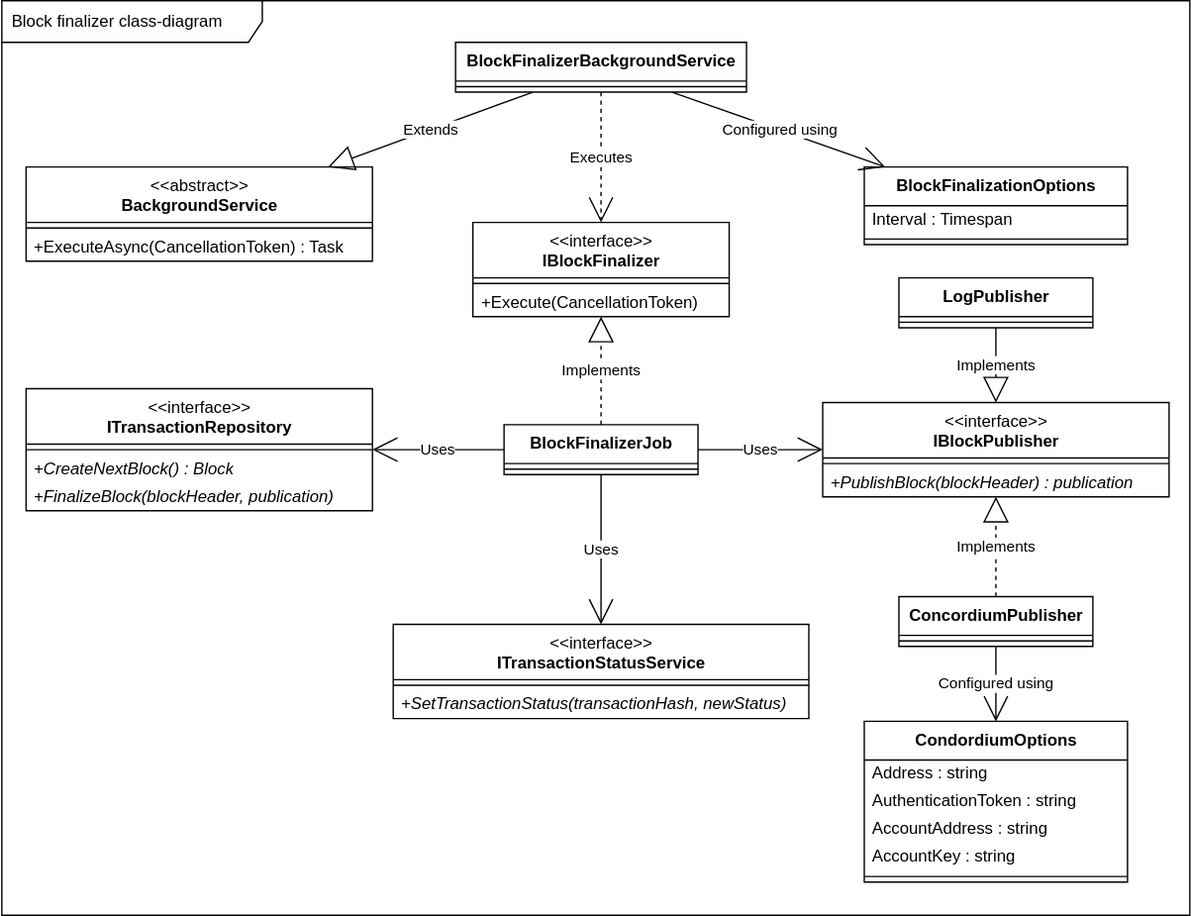
Earlier version of the draw.io export doc/class-diagrams/block_finalizer.drawio.svg (project-origin/registry). Source tidied: cells renumbered, new cells last; positions are measured from the earlier drawing's top-left corner, leaving out a move shared by most shapes. The source it was exported from:
```xml
<mxGraphModel>
  <root>
    <mxCell id="0" />
    <mxCell id="1" parent="0" />
    <mxCell id="2" value="Block finalizer class-diagram" style="shape=umlFrame;whiteSpace=wrap;html=1;width=188;height=30;boundedLbl=1;verticalAlign=middle;align=left;spacingLeft=5;labelBackgroundColor=none;fillColor=#FFFFFF;fillStyle=auto;" parent="1" vertex="1">
      <mxGeometry x="0.5" width="857.5" height="660" as="geometry" />
    </mxCell>
    <mxCell id="3" value="&amp;lt;&amp;lt;abstract&amp;gt;&amp;gt;&lt;br&gt;&lt;b&gt;BackgroundService&lt;/b&gt;" style="swimlane;fontStyle=0;align=center;verticalAlign=top;horizontal=1;startSize=40;html=1;" parent="1" vertex="1">
      <mxGeometry x="18" y="120" width="250" height="68" as="geometry" />
    </mxCell>
    <mxCell id="4" style="line;strokeWidth=1;fillColor=none;align=left;verticalAlign=middle;spacingTop=-1;spacingLeft=3;spacingRight=3;labelPosition=right;" parent="3" vertex="1">
      <mxGeometry y="40" width="250" height="8" as="geometry" />
    </mxCell>
    <mxCell id="5" value="+ExecuteAsync(CancellationToken) : Task" style="text;html=1;strokeColor=none;fillColor=none;align=left;verticalAlign=middle;spacingLeft=4;spacingRight=4;overflow=hidden;" parent="3" vertex="1">
      <mxGeometry y="48" width="250" height="20" as="geometry" />
    </mxCell>
    <mxCell id="6" value="Extends" style="edgeStyle=none;html=1;endArrow=block;endFill=0;strokeWidth=1;endSize=16;sourcePerimeterSpacing=0;startSize=16;" parent="1" edge="1" source="7" target="3">
      <mxGeometry relative="1" as="geometry" />
    </mxCell>
    <mxCell id="7" value="&lt;b&gt;BlockFinalizerBackgroundService&lt;/b&gt;&lt;br&gt;" style="swimlane;fontStyle=0;align=center;verticalAlign=top;horizontal=1;startSize=28;html=1;" parent="1" vertex="1">
      <mxGeometry x="328" y="30" width="210" height="36" as="geometry" />
    </mxCell>
    <mxCell id="8" style="line;strokeWidth=1;fillColor=none;align=left;verticalAlign=middle;spacingTop=-1;spacingLeft=3;spacingRight=3;labelPosition=right;" parent="7" vertex="1">
      <mxGeometry y="28" width="210" height="8" as="geometry" />
    </mxCell>
    <mxCell id="9" value="&lt;b&gt;BlockFinalizerJob&lt;/b&gt;" style="swimlane;fontStyle=0;align=center;verticalAlign=top;horizontal=1;startSize=28;html=1;" parent="1" vertex="1">
      <mxGeometry x="363" y="306" width="140" height="36" as="geometry" />
    </mxCell>
    <mxCell id="10" style="line;strokeWidth=1;fillColor=none;align=left;verticalAlign=middle;spacingTop=-1;spacingLeft=3;spacingRight=3;labelPosition=right;" parent="9" vertex="1">
      <mxGeometry y="28" width="140" height="8" as="geometry" />
    </mxCell>
    <mxCell id="11" value="Executes" style="edgeStyle=none;html=1;endArrow=open;endFill=0;strokeWidth=1;endSize=16;sourcePerimeterSpacing=0;startSize=16;dashed=1;" parent="1" edge="1" source="7" target="12">
      <mxGeometry relative="1" as="geometry" />
    </mxCell>
    <mxCell id="12" value="&amp;lt;&amp;lt;interface&amp;gt;&amp;gt;&lt;br&gt;&lt;b&gt;IBlockFinalizer&lt;/b&gt;" style="swimlane;fontStyle=0;align=center;verticalAlign=top;horizontal=1;startSize=40;html=1;" parent="1" vertex="1">
      <mxGeometry x="340.5" y="160" width="185" height="68" as="geometry" />
    </mxCell>
    <mxCell id="13" style="line;strokeWidth=1;fillColor=none;align=left;verticalAlign=middle;spacingTop=-1;spacingLeft=3;spacingRight=3;labelPosition=right;" parent="12" vertex="1">
      <mxGeometry y="40" width="185" height="8" as="geometry" />
    </mxCell>
    <mxCell id="14" value="+Execute(CancellationToken)" style="text;html=1;strokeColor=none;fillColor=none;align=left;verticalAlign=middle;spacingLeft=4;spacingRight=4;overflow=hidden;" parent="12" vertex="1">
      <mxGeometry y="48" width="185" height="20" as="geometry" />
    </mxCell>
    <mxCell id="15" value="Implements" style="edgeStyle=none;html=1;endArrow=block;endFill=0;strokeWidth=1;endSize=16;sourcePerimeterSpacing=0;startSize=16;dashed=1;" parent="1" edge="1" source="9" target="12">
      <mxGeometry relative="1" as="geometry" />
    </mxCell>
    <mxCell id="16" value="&amp;lt;&amp;lt;interface&amp;gt;&amp;gt;&lt;br&gt;&lt;b&gt;IBlockPublisher&lt;/b&gt;" style="swimlane;fontStyle=0;align=center;verticalAlign=top;horizontal=1;startSize=40;html=1;" parent="1" vertex="1">
      <mxGeometry x="593" y="290" width="250" height="68" as="geometry" />
    </mxCell>
    <mxCell id="17" style="line;strokeWidth=1;fillColor=none;align=left;verticalAlign=middle;spacingTop=-1;spacingLeft=3;spacingRight=3;labelPosition=right;" parent="16" vertex="1">
      <mxGeometry y="40" width="250" height="8" as="geometry" />
    </mxCell>
    <mxCell id="18" value="&lt;i&gt;+PublishBlock(blockHeader) : publication&lt;/i&gt;" style="text;html=1;strokeColor=none;fillColor=none;align=left;verticalAlign=middle;spacingLeft=4;spacingRight=4;overflow=hidden;" parent="16" vertex="1">
      <mxGeometry y="48" width="250" height="20" as="geometry" />
    </mxCell>
    <mxCell id="19" value="&amp;lt;&amp;lt;interface&amp;gt;&amp;gt;&lt;br&gt;&lt;b&gt;ITransactionStatusService&lt;/b&gt;" style="swimlane;fontStyle=0;align=center;verticalAlign=top;horizontal=1;startSize=40;html=1;" parent="1" vertex="1">
      <mxGeometry x="283" y="450" width="300" height="68" as="geometry" />
    </mxCell>
    <mxCell id="20" style="line;strokeWidth=1;fillColor=none;align=left;verticalAlign=middle;spacingTop=-1;spacingLeft=3;spacingRight=3;labelPosition=right;" parent="19" vertex="1">
      <mxGeometry y="40" width="300" height="8" as="geometry" />
    </mxCell>
    <mxCell id="21" value="+SetTransactionStatus(transactionHash, newStatus)" style="text;html=1;strokeColor=none;fillColor=none;align=left;verticalAlign=middle;spacingLeft=4;spacingRight=4;overflow=hidden;fontStyle=2;" parent="19" vertex="1">
      <mxGeometry y="48" width="300" height="20" as="geometry" />
    </mxCell>
    <mxCell id="22" value="&amp;lt;&amp;lt;interface&amp;gt;&amp;gt;&lt;br&gt;&lt;b&gt;ITransactionRepository&lt;/b&gt;" style="swimlane;fontStyle=0;align=center;verticalAlign=top;horizontal=1;startSize=40;html=1;" parent="1" vertex="1">
      <mxGeometry x="18" y="280" width="250" height="88" as="geometry" />
    </mxCell>
    <mxCell id="23" style="line;strokeWidth=1;fillColor=none;align=left;verticalAlign=middle;spacingTop=-1;spacingLeft=3;spacingRight=3;labelPosition=right;" parent="22" vertex="1">
      <mxGeometry y="40" width="250" height="8" as="geometry" />
    </mxCell>
    <mxCell id="24" value="+CreateNextBlock() : Block" style="text;html=1;strokeColor=none;fillColor=none;align=left;verticalAlign=middle;spacingLeft=4;spacingRight=4;overflow=hidden;fontStyle=2;" parent="22" vertex="1">
      <mxGeometry y="48" width="250" height="20" as="geometry" />
    </mxCell>
    <mxCell id="25" value="+FinalizeBlock(blockHeader, publication)" style="text;html=1;strokeColor=none;fillColor=none;align=left;verticalAlign=middle;spacingLeft=4;spacingRight=4;overflow=hidden;fontStyle=2;" parent="22" vertex="1">
      <mxGeometry y="68" width="250" height="20" as="geometry" />
    </mxCell>
    <mxCell id="26" value="Uses" style="edgeStyle=none;html=1;endArrow=open;endFill=0;strokeWidth=1;endSize=16;sourcePerimeterSpacing=0;startSize=16;" parent="1" edge="1" source="9" target="22">
      <mxGeometry relative="1" as="geometry" />
    </mxCell>
    <mxCell id="27" value="Uses" style="edgeStyle=none;html=1;endArrow=open;endFill=0;strokeWidth=1;endSize=16;sourcePerimeterSpacing=0;startSize=16;" parent="1" edge="1" source="9" target="16">
      <mxGeometry relative="1" as="geometry" />
    </mxCell>
    <mxCell id="28" value="Uses" style="edgeStyle=none;html=1;endArrow=open;endFill=0;strokeWidth=1;endSize=16;sourcePerimeterSpacing=0;startSize=16;" parent="1" edge="1" source="9" target="19">
      <mxGeometry relative="1" as="geometry" />
    </mxCell>
    <mxCell id="29" value="&lt;b&gt;ConcordiumPublisher&lt;/b&gt;" style="swimlane;fontStyle=0;align=center;verticalAlign=top;horizontal=1;startSize=28;html=1;" parent="1" vertex="1">
      <mxGeometry x="648" y="430" width="140" height="36" as="geometry" />
    </mxCell>
    <mxCell id="30" style="line;strokeWidth=1;fillColor=none;align=left;verticalAlign=middle;spacingTop=-1;spacingLeft=3;spacingRight=3;labelPosition=right;" parent="29" vertex="1">
      <mxGeometry y="28" width="140" height="8" as="geometry" />
    </mxCell>
    <mxCell id="31" value="&lt;b&gt;LogPublisher&lt;/b&gt;" style="swimlane;fontStyle=0;align=center;verticalAlign=top;horizontal=1;startSize=28;html=1;" parent="1" vertex="1">
      <mxGeometry x="648" y="200" width="140" height="36" as="geometry" />
    </mxCell>
    <mxCell id="32" style="line;strokeWidth=1;fillColor=none;align=left;verticalAlign=middle;spacingTop=-1;spacingLeft=3;spacingRight=3;labelPosition=right;" parent="31" vertex="1">
      <mxGeometry y="28" width="140" height="8" as="geometry" />
    </mxCell>
    <mxCell id="33" value="Implements" style="edgeStyle=none;html=1;endArrow=block;endFill=0;strokeWidth=1;endSize=16;sourcePerimeterSpacing=0;startSize=16;dashed=1;" parent="1" edge="1" source="29" target="16">
      <mxGeometry relative="1" as="geometry" />
    </mxCell>
    <mxCell id="34" value="Implements" style="edgeStyle=none;html=1;endArrow=block;endFill=0;strokeWidth=1;endSize=16;sourcePerimeterSpacing=0;startSize=16;" parent="1" edge="1" source="31" target="16">
      <mxGeometry relative="1" as="geometry" />
    </mxCell>
    <mxCell id="35" value="&lt;b&gt;CondordiumOptions&lt;/b&gt;" style="swimlane;fontStyle=0;align=center;verticalAlign=top;horizontal=1;startSize=28;html=1;" parent="1" vertex="1">
      <mxGeometry x="623" y="520" width="190" height="116" as="geometry" />
    </mxCell>
    <mxCell id="36" value="&lt;span style=&quot;&quot;&gt;Address : string&lt;/span&gt;" style="text;html=1;strokeColor=none;fillColor=none;align=left;verticalAlign=middle;spacingLeft=4;spacingRight=4;overflow=hidden;" parent="35" vertex="1">
      <mxGeometry y="28" width="190" height="20" as="geometry" />
    </mxCell>
    <mxCell id="37" value="&lt;span style=&quot;&quot;&gt;AuthenticationToken : string&lt;/span&gt;" style="text;html=1;strokeColor=none;fillColor=none;align=left;verticalAlign=middle;spacingLeft=4;spacingRight=4;overflow=hidden;" parent="35" vertex="1">
      <mxGeometry y="48" width="190" height="20" as="geometry" />
    </mxCell>
    <mxCell id="38" value="&lt;span style=&quot;&quot;&gt;AccountAddress : string&lt;/span&gt;" style="text;html=1;strokeColor=none;fillColor=none;align=left;verticalAlign=middle;spacingLeft=4;spacingRight=4;overflow=hidden;" parent="35" vertex="1">
      <mxGeometry y="68" width="190" height="20" as="geometry" />
    </mxCell>
    <mxCell id="39" value="&lt;span style=&quot;&quot;&gt;AccountKey : string&lt;/span&gt;" style="text;html=1;strokeColor=none;fillColor=none;align=left;verticalAlign=middle;spacingLeft=4;spacingRight=4;overflow=hidden;" parent="35" vertex="1">
      <mxGeometry y="88" width="190" height="20" as="geometry" />
    </mxCell>
    <mxCell id="40" style="line;strokeWidth=1;fillColor=none;align=left;verticalAlign=middle;spacingTop=-1;spacingLeft=3;spacingRight=3;labelPosition=right;" parent="35" vertex="1">
      <mxGeometry y="108" width="190" height="8" as="geometry" />
    </mxCell>
    <mxCell id="41" value="Configured using" style="edgeStyle=none;html=1;endArrow=open;endFill=0;strokeWidth=1;endSize=16;sourcePerimeterSpacing=0;startSize=16;" parent="1" edge="1" source="29" target="35">
      <mxGeometry relative="1" as="geometry" />
    </mxCell>
    <mxCell id="42" value="&lt;b&gt;BlockFinalizationOptions&lt;/b&gt;" style="swimlane;fontStyle=0;align=center;verticalAlign=top;horizontal=1;startSize=28;html=1;" parent="1" vertex="1">
      <mxGeometry x="623" y="120" width="190" height="56" as="geometry" />
    </mxCell>
    <mxCell id="43" value="Interval : Timespan" style="text;html=1;strokeColor=none;fillColor=none;align=left;verticalAlign=middle;spacingLeft=4;spacingRight=4;overflow=hidden;" parent="42" vertex="1">
      <mxGeometry y="28" width="190" height="20" as="geometry" />
    </mxCell>
    <mxCell id="44" style="line;strokeWidth=1;fillColor=none;align=left;verticalAlign=middle;spacingTop=-1;spacingLeft=3;spacingRight=3;labelPosition=right;" parent="42" vertex="1">
      <mxGeometry y="48" width="190" height="8" as="geometry" />
    </mxCell>
    <mxCell id="45" value="Configured using" style="edgeStyle=none;html=1;endArrow=open;endFill=0;strokeWidth=1;endSize=16;sourcePerimeterSpacing=0;startSize=16;" parent="1" edge="1" source="7" target="42">
      <mxGeometry relative="1" as="geometry" />
    </mxCell>
  </root>
</mxGraphModel>
```
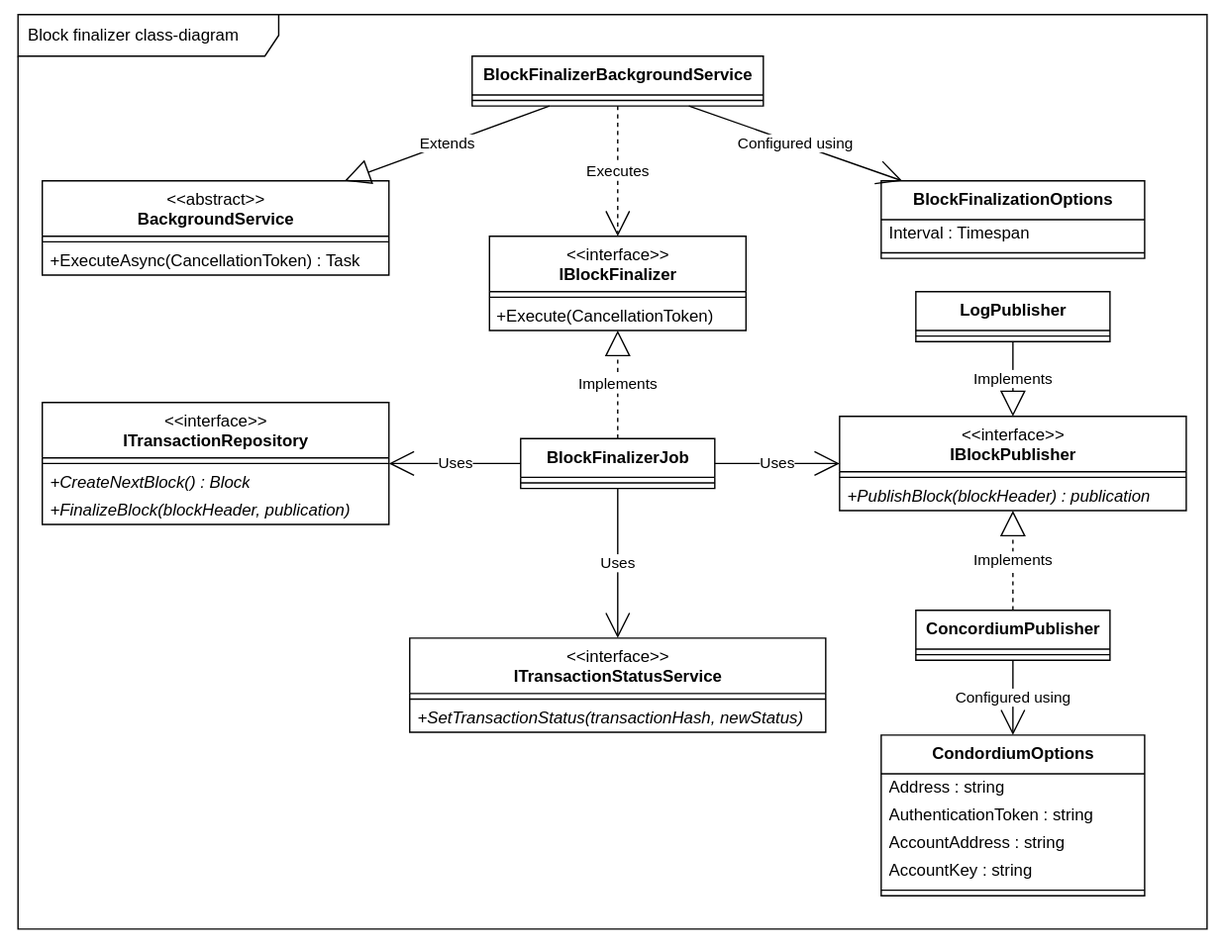
After the change.

Commit message:
Add block finalizer service for server 0 only

Diff of the diagram source:
```diff
@@ -2,6 +2,9 @@
   <root>
     <mxCell id="0" />
     <mxCell id="1" parent="0" />
+    <mxCell id="46" style="rounded=0;whiteSpace=wrap;html=1;strokeColor=none;" parent="1" vertex="1">
+      <mxGeometry x="-12" y="-10" width="880" height="680" as="geometry" />
+    </mxCell>
     <mxCell id="2" value="Block finalizer class-diagram" style="shape=umlFrame;whiteSpace=wrap;html=1;width=188;height=30;boundedLbl=1;verticalAlign=middle;align=left;spacingLeft=5;labelBackgroundColor=none;fillColor=#FFFFFF;fillStyle=auto;" parent="1" vertex="1">
       <mxGeometry x="0.5" width="857.5" height="660" as="geometry" />
     </mxCell>
```
